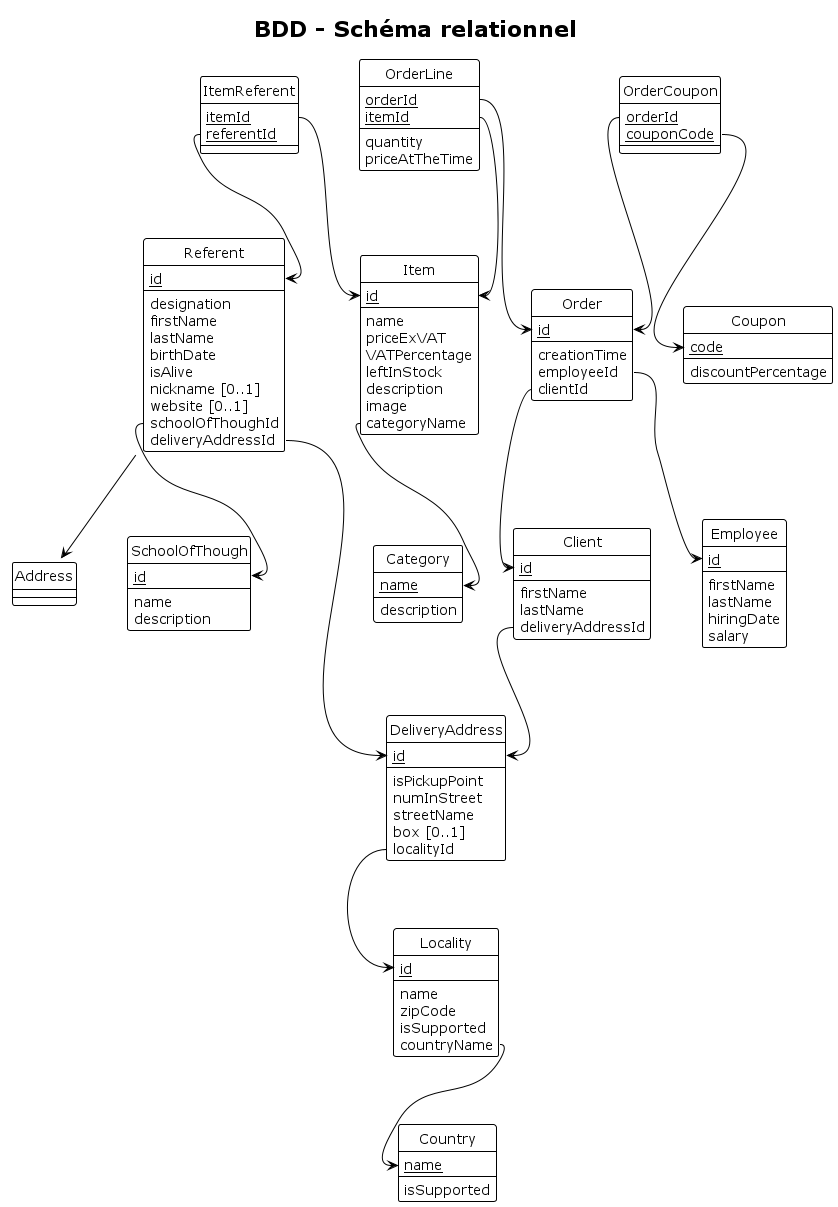
Before: out/relational_DB_model/BDD - Schéma relationnel.png, a diagram exported from PlantUML (Keaexe/advanced_POO).
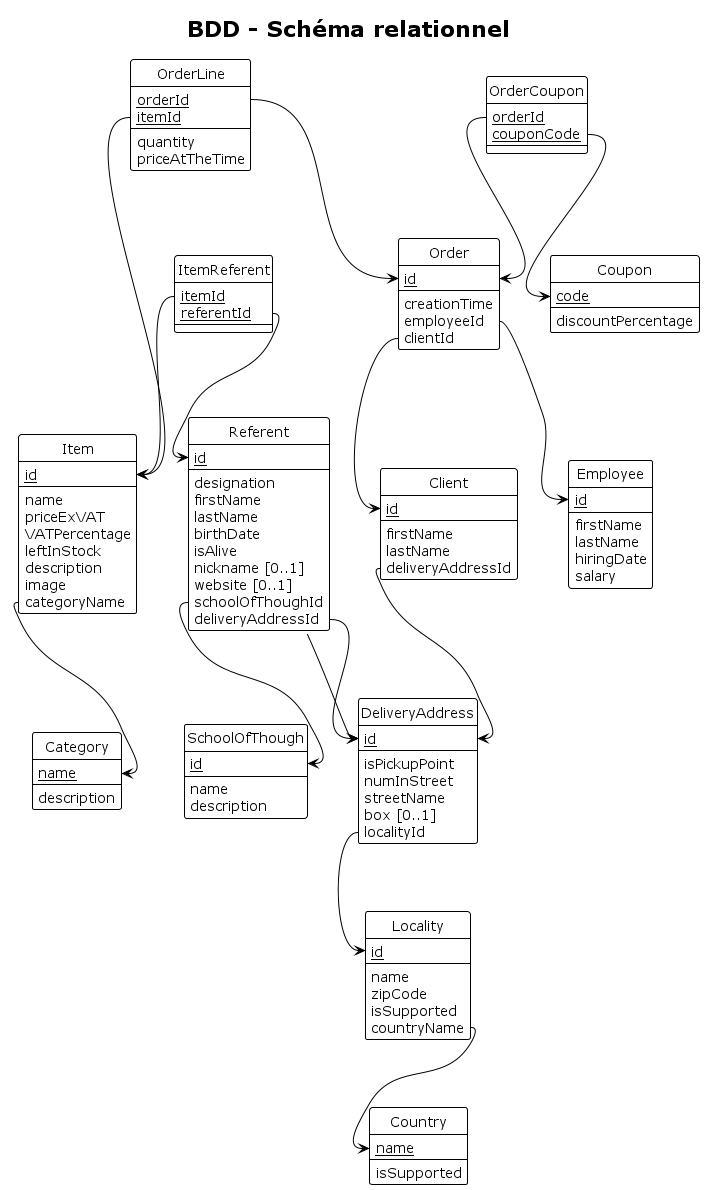
After the change.

Commit message:
udapte relational model

The edit, as a diff of the source:
```diff
@@ -128,5 +128,5 @@
 
 ItemReferent::itemId --> Item::id
 ItemReferent::referentId --> Referent::id
-Referent::address --> Address::id
+Referent::address --> DeliveryAddress::id
 @enduml
```
